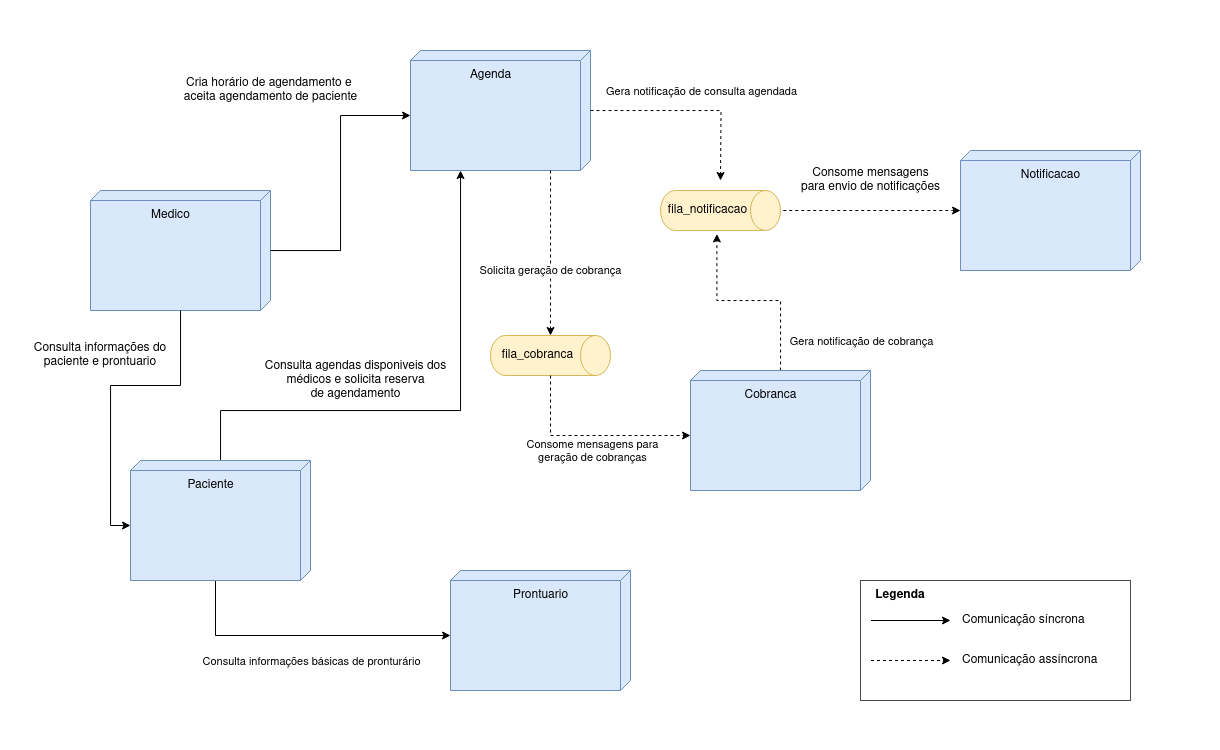
rafaelbgil/fiap-hackathon keeps this draw.io diagram as imgs/comunicao_microservicos.png. Above is the earlier version. Source tidied: cells renumbered, new cells last; positions are measured from the earlier drawing's top-left corner, leaving out a move shared by most shapes.
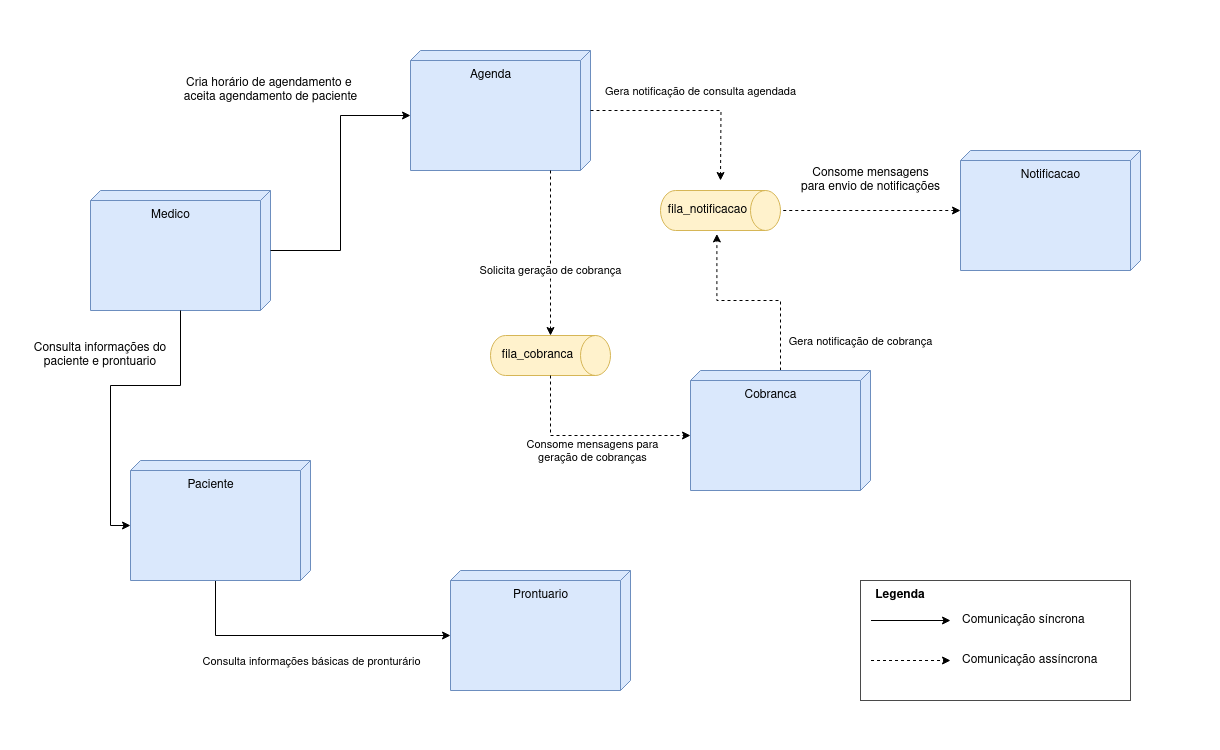
The same file after the commit.

What changed in the source:
```diff
@@ -52,16 +52,6 @@
         <mxPoint x="720" y="180" as="targetPoint" />
       </mxGeometry>
     </mxCell>
-    <mxCell id="16" style="edgeStyle=orthogonalEdgeStyle;rounded=0;jettySize=auto;html=1;" parent="1" edge="1" source="29">
-      <mxGeometry relative="1" as="geometry">
-        <mxPoint x="460" y="170" as="targetPoint" />
-        <Array as="points">
-          <mxPoint x="220" y="410" />
-          <mxPoint x="460" y="410" />
-          <mxPoint x="460" y="170" />
-        </Array>
-      </mxGeometry>
-    </mxCell>
     <mxCell id="17" style="edgeStyle=orthogonalEdgeStyle;rounded=0;jettySize=auto;html=1;entryX=0;entryY=0;entryDx=65;entryDy=180;entryPerimeter=0;" parent="1" edge="1" source="8" target="3">
       <mxGeometry relative="1" as="geometry" />
     </mxCell>
@@ -80,9 +70,6 @@
     <mxCell id="22" value="&lt;div&gt;Cria horário de agendamento e&amp;nbsp;&lt;/div&gt;&lt;div&gt;aceita agendamento de paciente&lt;/div&gt;" style="text;html=1;align=center;verticalAlign=middle;strokeColor=none;fillColor=none;" parent="1" vertex="1">
       <mxGeometry x="170" y="70" width="200" height="40" as="geometry" />
     </mxCell>
-    <mxCell id="23" value="&lt;div&gt;Consulta agendas disponiveis dos&lt;/div&gt;&lt;div&gt;médicos e solicita reserva&lt;/div&gt;&lt;div&gt;de agendamento&lt;br&gt;&lt;/div&gt;" style="text;html=1;align=center;verticalAlign=middle;strokeColor=none;fillColor=none;" parent="1" vertex="1">
-      <mxGeometry x="250" y="350" width="210" height="60" as="geometry" />
-    </mxCell>
     <mxCell id="24" style="edgeStyle=orthogonalEdgeStyle;rounded=0;jettySize=auto;html=1;entryX=0;entryY=0;entryDx=65;entryDy=180;entryPerimeter=0;" parent="1" edge="1" source="8" target="29">
       <mxGeometry relative="1" as="geometry" />
     </mxCell>
```
